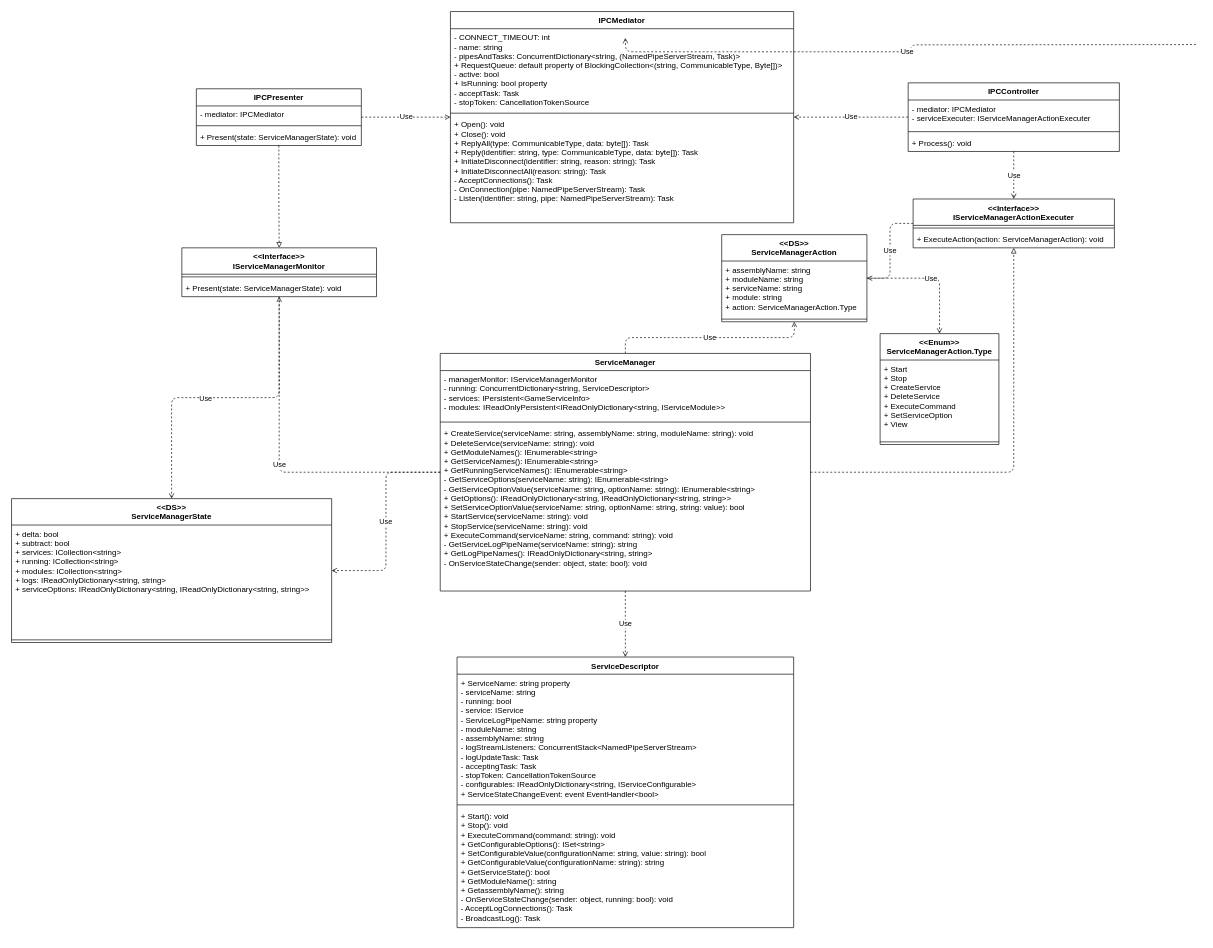
The draw.io diagram page "Structure" (1 of 2) of src/GameServiceWarden.Core/UMLSketch.drawio in RealYHD/gameservicewarden, before the edit. Source tidied: cells renumbered, new cells numbered last; positions are measured from the earlier drawing's top-left corner, leaving out a move shared by most shapes. Both pictures are drawn from the tidied source at 66%, with x=0, y=0 at pixel (11, -18).
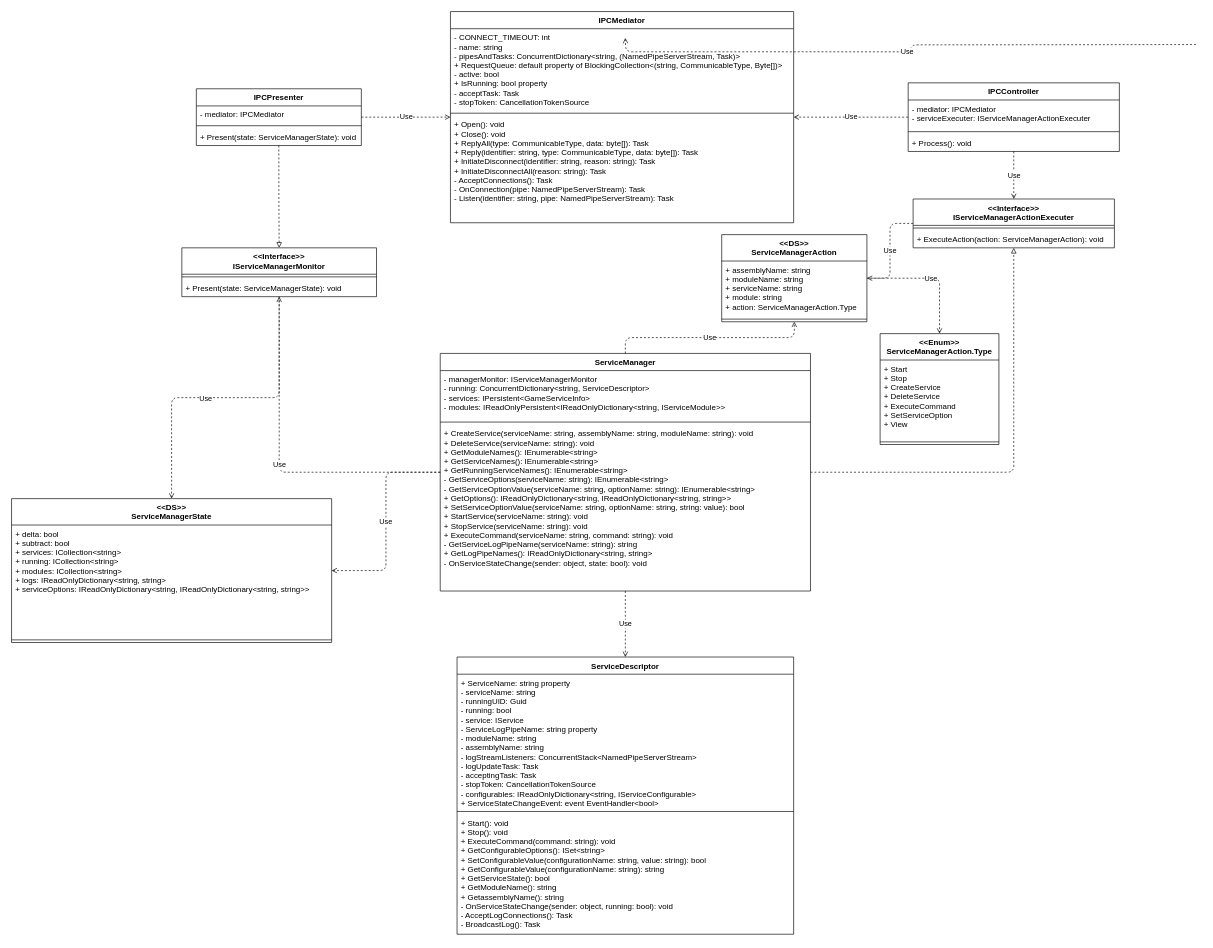
The same diagram, later.

Change to the diagram source:
```diff
@@
     <mxCell id="2" value="ServiceDescriptor" style="swimlane;fontStyle=1;align=center;verticalAlign=top;horizontal=1;startSize=26;" parent="1" vertex="1">
-      <mxGeometry x="675" y="1022" width="510" height="410" as="geometry" />
+      <mxGeometry x="675" y="1022" width="510" height="420" as="geometry" />
     </mxCell>
-    <mxCell id="3" value="+ ServiceName: string property&#10;- serviceName: string&#10;- running: bool&#10;- service: IService&#10;- ServiceLogPipeName: string property&#10;- moduleName: string&#10;- assemblyName: string&#10;- logStreamListeners: ConcurrentStack&lt;NamedPipeServerStream&gt;&#10;- logUpdateTask: Task&#10;- acceptingTask: Task&#10;- stopToken: CancellationTokenSource&#10;- configurables: IReadOnlyDictionary&lt;string, IServiceConfigurable&gt;&#10;+ ServiceStateChangeEvent: event EventHandler&lt;bool&gt;" style="text;strokeColor=none;fillColor=none;align=left;verticalAlign=top;spacingLeft=4;spacingRight=4;overflow=hidden;" parent="2" vertex="1">
-      <mxGeometry y="26" width="510" height="194" as="geometry" />
+    <mxCell id="3" value="+ ServiceName: string property&#10;- serviceName: string&#10;- runningUID: Guid&#10;- running: bool&#10;- service: IService&#10;- ServiceLogPipeName: string property&#10;- moduleName: string&#10;- assemblyName: string&#10;- logStreamListeners: ConcurrentStack&lt;NamedPipeServerStream&gt;&#10;- logUpdateTask: Task&#10;- acceptingTask: Task&#10;- stopToken: CancellationTokenSource&#10;- configurables: IReadOnlyDictionary&lt;string, IServiceConfigurable&gt;&#10;+ ServiceStateChangeEvent: event EventHandler&lt;bool&gt;" style="text;strokeColor=none;fillColor=none;align=left;verticalAlign=top;spacingLeft=4;spacingRight=4;overflow=hidden;" parent="2" vertex="1">
+      <mxGeometry y="26" width="510" height="204" as="geometry" />
     </mxCell>
     <mxCell id="4" style="line;strokeWidth=1;fillColor=none;align=left;verticalAlign=middle;spacingTop=-1;spacingLeft=3;spacingRight=3;labelPosition=right;" parent="2" vertex="1">
-      <mxGeometry y="220" width="510" height="8" as="geometry" />
+      <mxGeometry y="230" width="510" height="8" as="geometry" />
     </mxCell>
     <mxCell id="5" value="+ Start(): void&#10;+ Stop(): void&#10;+ ExecuteCommand(command: string): void&#10;+ GetConfigurableOptions(): ISet&lt;string&gt;&#10;+ SetConfigurableValue(configurationName: string, value: string): bool&#10;+ GetConfigurableValue(configurationName: string): string&#10;+ GetServiceState(): bool&#10;+ GetModuleName(): string &#10;+ GetassemblyName(): string&#10;- OnServiceStateChange(sender: object, running: bool): void&#10;- AcceptLogConnections(): Task&#10;- BroadcastLog(): Task" style="text;strokeColor=none;fillColor=none;align=left;verticalAlign=top;spacingLeft=4;spacingRight=4;overflow=hidden;" parent="2" vertex="1">
-      <mxGeometry y="228" width="510" height="182" as="geometry" />
+      <mxGeometry y="238" width="510" height="182" as="geometry" />
     </mxCell>
```
